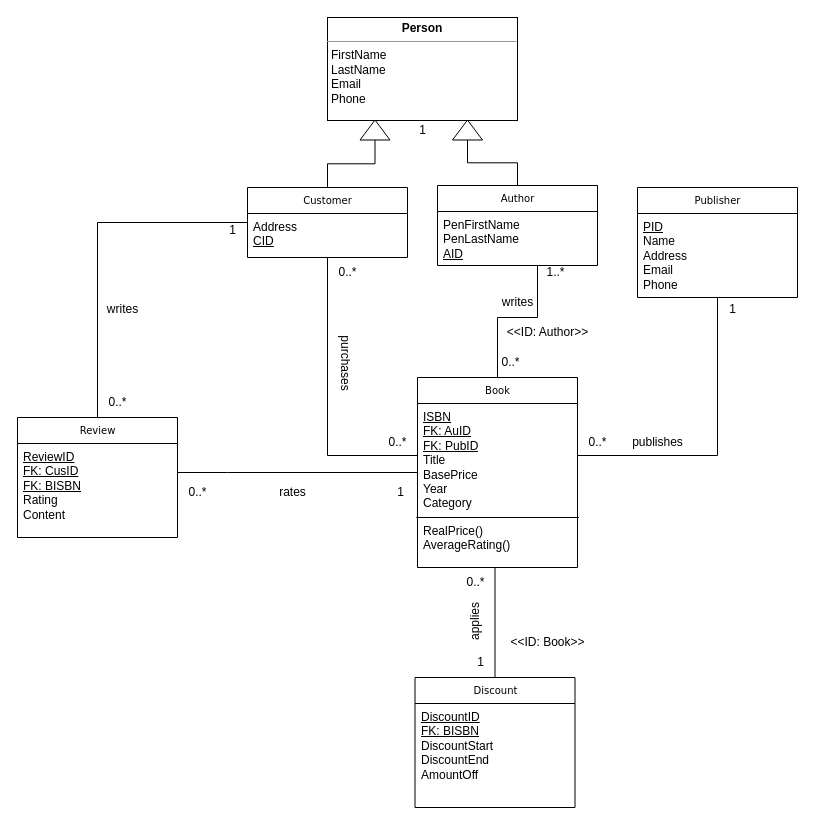
Earlier version of the draw.io diagram schema/Checkpoint 1 UML.drawio (ccrosier/Bookstore-Database). Source tidied: cells renumbered, new cells numbered last; positions are measured from the earlier drawing's top-left corner, leaving out a move shared by most shapes. Both pictures are drawn from the tidied source at 100%, with x=0, y=0 at pixel (17, 17).
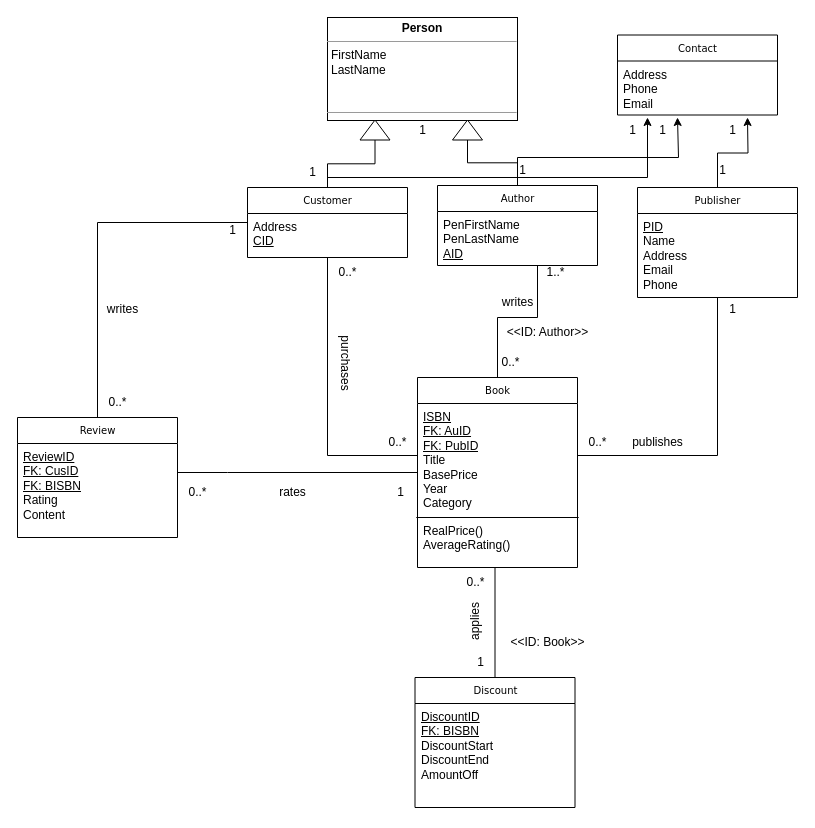
The same page after the edit.

Unchanged cells that the change refers to:
```xml
<mxCell id="9" value="Author" style="swimlane;html=1;fontStyle=0;horizontal=1;startSize=26;fillColor=none;swimlaneFillColor=#ffffff;rounded=0;shadow=0;comic=0;labelBackgroundColor=none;strokeWidth=1;fontFamily=Verdana;fontSize=10;align=center;" parent="1" vertex="1">
  <mxGeometry x="420" y="168" width="160" height="80" as="geometry" />
</mxCell>
<mxCell id="21" value="Publisher" style="swimlane;html=1;fontStyle=0;horizontal=1;startSize=26;fillColor=none;swimlaneFillColor=#ffffff;rounded=0;shadow=0;comic=0;labelBackgroundColor=none;strokeWidth=1;fontFamily=Verdana;fontSize=10;align=center;" parent="1" vertex="1">
  <mxGeometry x="620" y="170" width="160" height="110" as="geometry" />
</mxCell>
```

Diff of the diagram source:
```diff
@@
+    <mxCell id="51" style="edgeStyle=orthogonalEdgeStyle;rounded=0;jettySize=auto;html=1;" parent="1" edge="1" source="58">
+      <mxGeometry relative="1" as="geometry">
+        <mxPoint x="630" y="100" as="targetPoint" />
+        <Array as="points">
+          <mxPoint x="310" y="160" />
+          <mxPoint x="631" y="160" />
+        </Array>
+      </mxGeometry>
+    </mxCell>
@@
+    <mxCell id="52" style="edgeStyle=orthogonalEdgeStyle;rounded=0;jettySize=auto;html=1;" parent="1" edge="1" source="9">
+      <mxGeometry relative="1" as="geometry">
+        <mxPoint x="660" y="100" as="targetPoint" />
+        <Array as="points">
+          <mxPoint x="500" y="140" />
+          <mxPoint x="661" y="140" />
+        </Array>
+      </mxGeometry>
+    </mxCell>
@@
-    <mxCell id="11" value="&lt;p style=&quot;margin:0px;margin-top:4px;text-align:center;&quot;&gt;&lt;b&gt;Person&lt;/b&gt;&lt;br&gt;&lt;/p&gt;&lt;hr size=&quot;1&quot;&gt;&lt;p style=&quot;margin:0px;margin-left:4px;&quot;&gt;FirstName&lt;/p&gt;&lt;p style=&quot;margin:0px;margin-left:4px;&quot;&gt;LastName&lt;/p&gt;&lt;p style=&quot;margin:0px;margin-left:4px;&quot;&gt;Email&lt;/p&gt;&lt;p style=&quot;margin:0px;margin-left:4px;&quot;&gt;Phone&lt;br&gt;&lt;/p&gt;&lt;p style=&quot;margin:0px;margin-left:4px;&quot;&gt;&lt;br&gt;&lt;/p&gt;&lt;hr size=&quot;1&quot;&gt;&lt;p style=&quot;margin:0px;margin-left:4px;&quot;&gt;&lt;br&gt;&lt;/p&gt;" style="verticalAlign=top;align=left;overflow=fill;fontSize=12;fontFamily=Helvetica;html=1;rounded=0;shadow=0;comic=0;labelBackgroundColor=none;strokeWidth=1;" parent="1" vertex="1">
+    <mxCell id="11" value="&lt;p style=&quot;margin:0px;margin-top:4px;text-align:center;&quot;&gt;&lt;b&gt;Person&lt;/b&gt;&lt;br&gt;&lt;/p&gt;&lt;hr size=&quot;1&quot;&gt;&lt;p style=&quot;margin:0px;margin-left:4px;&quot;&gt;FirstName&lt;/p&gt;&lt;p style=&quot;margin:0px;margin-left:4px;&quot;&gt;LastName&lt;/p&gt;&lt;br&gt;&lt;p style=&quot;margin:0px;margin-left:4px;&quot;&gt;&lt;br&gt;&lt;/p&gt;&lt;hr size=&quot;1&quot;&gt;&lt;p style=&quot;margin:0px;margin-left:4px;&quot;&gt;&lt;br&gt;&lt;/p&gt;" style="verticalAlign=top;align=left;overflow=fill;fontSize=12;fontFamily=Helvetica;html=1;rounded=0;shadow=0;comic=0;labelBackgroundColor=none;strokeWidth=1;" parent="1" vertex="1">
       <mxGeometry x="310" width="190" height="103" as="geometry" />
     </mxCell>
@@
+    <mxCell id="53" style="edgeStyle=orthogonalEdgeStyle;rounded=0;jettySize=auto;html=1;" parent="1" edge="1" source="21">
+      <mxGeometry relative="1" as="geometry">
+        <mxPoint x="730" y="100" as="targetPoint" />
+      </mxGeometry>
+    </mxCell>
@@
+    <mxCell id="54" value="Contact" style="swimlane;html=1;fontStyle=0;horizontal=1;startSize=26;fillColor=none;swimlaneFillColor=#ffffff;rounded=0;shadow=0;comic=0;labelBackgroundColor=none;strokeWidth=1;fontFamily=Verdana;fontSize=10;align=center;" parent="1" vertex="1">
+      <mxGeometry x="600" y="17.5" width="160" height="80" as="geometry" />
+    </mxCell>
+    <mxCell id="55" value="&lt;div&gt;Address&lt;/div&gt;&lt;div&gt;Phone&lt;/div&gt;&lt;div&gt;Email&lt;br&gt;&lt;/div&gt;" style="text;html=1;strokeColor=none;fillColor=none;align=left;verticalAlign=top;spacingLeft=4;spacingRight=4;whiteSpace=wrap;overflow=hidden;" parent="54" vertex="1">
+      <mxGeometry y="26" width="160" height="54" as="geometry" />
+    </mxCell>
+    <mxCell id="56" value="1" style="text;html=1;align=center;verticalAlign=middle;strokeColor=none;fillColor=none;" parent="1" vertex="1">
+      <mxGeometry x="280" y="140" width="30" height="30" as="geometry" />
+    </mxCell>
+    <mxCell id="57" value="1" style="text;html=1;align=center;verticalAlign=middle;strokeColor=none;fillColor=none;" parent="1" vertex="1">
+      <mxGeometry x="600" y="97.5" width="30" height="30" as="geometry" />
+    </mxCell>
+    <mxCell id="58" value="1" style="text;html=1;align=center;verticalAlign=middle;points=[];strokeColor=none;fillColor=none;" parent="1" vertex="1">
+      <mxGeometry x="490" y="138" width="30" height="30" as="geometry" />
+    </mxCell>
+    <mxCell id="59" value="1" style="text;html=1;align=center;verticalAlign=middle;strokeColor=none;fillColor=none;" parent="1" vertex="1">
+      <mxGeometry x="700" y="97.5" width="30" height="30" as="geometry" />
+    </mxCell>
+    <mxCell id="60" value="1" style="text;html=1;align=center;verticalAlign=middle;strokeColor=none;fillColor=none;" parent="1" vertex="1">
+      <mxGeometry x="630" y="97.5" width="30" height="30" as="geometry" />
+    </mxCell>
+    <mxCell id="61" value="1" style="text;html=1;align=center;verticalAlign=middle;strokeColor=none;fillColor=none;" parent="1" vertex="1">
+      <mxGeometry x="690" y="138" width="30" height="30" as="geometry" />
+    </mxCell>
```
